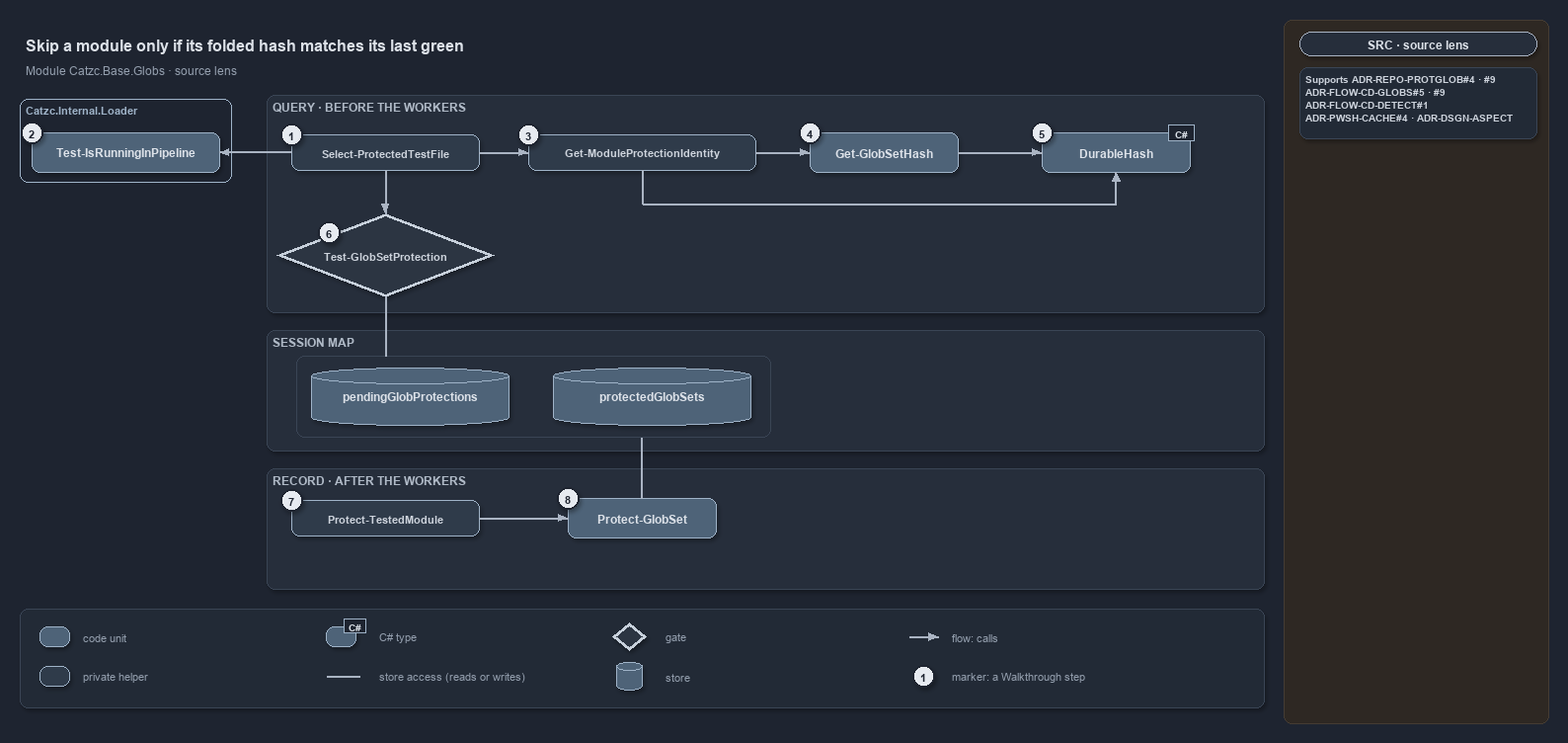
Earlier version of the draw.io export docs/references/pwsh/.assets/protected-module-skip-by-hash/diagram.drawio.png (casperease/catzc). Source tidied: cells renumbered, new cells last; positions are measured from the earlier drawing's top-left corner, leaving out a move shared by most shapes. Source of this version:
```xml
<mxGraphModel background="#1E2430" shadow="1">
  <root>
    <mxCell id="0" />
    <mxCell id="1" parent="0" />
    <mxCell id="2" style="rounded=1;arcSize=2;html=1;fillColor=#2E2823;strokeColor=#453C33;shadow=0;" parent="1" vertex="1">
      <mxGeometry x="1280" width="268" height="712" as="geometry" />
    </mxCell>
    <mxCell id="3" value="Skip a module only if its folded hash matches its last green" style="text;html=1;align=left;verticalAlign=middle;fontSize=16;fontStyle=1;fontColor=#DDE2E9;" parent="1" vertex="1">
      <mxGeometry y="10" width="1260" height="30" as="geometry" />
    </mxCell>
    <mxCell id="4" value="Module Catzc.Base.Globs · source lens" style="text;html=1;align=left;verticalAlign=middle;fontSize=12;fontColor=#949FAE;" parent="1" vertex="1">
      <mxGeometry y="40" width="1260" height="20" as="geometry" />
    </mxCell>
    <mxCell id="5" value="QUERY · BEFORE THE WORKERS" style="rounded=1;html=1;arcSize=3;fillColor=#262E3B;strokeColor=#3A4555;verticalAlign=top;align=left;spacingLeft=8;fontStyle=1;fontSize=12;fontColor=#B0BAC7;" parent="1" vertex="1">
      <mxGeometry x="250" y="76" width="1010" height="220" as="geometry" />
    </mxCell>
    <mxCell id="6" value="SESSION MAP" style="rounded=1;html=1;arcSize=3;fillColor=#262E3B;strokeColor=#3A4555;verticalAlign=top;align=left;spacingLeft=8;fontStyle=1;fontSize=12;fontColor=#B0BAC7;" parent="1" vertex="1">
      <mxGeometry x="250" y="314" width="1010" height="122" as="geometry" />
    </mxCell>
    <mxCell id="7" value="RECORD · AFTER THE WORKERS" style="rounded=1;html=1;arcSize=3;fillColor=#262E3B;strokeColor=#3A4555;verticalAlign=top;align=left;spacingLeft=8;fontStyle=1;fontSize=12;fontColor=#B0BAC7;" parent="1" vertex="1">
      <mxGeometry x="250" y="454" width="1010" height="122" as="geometry" />
    </mxCell>
    <mxCell id="8" value="Catzc.Internal.Loader" style="rounded=1;html=1;arcSize=6;fillColor=none;strokeColor=#9FB3C8;strokeWidth=1.5;verticalAlign=top;align=left;spacingLeft=8;fontStyle=1;fontSize=11;fontColor=#9FB3C8;shadow=0;" parent="1" vertex="1">
      <mxGeometry y="80" width="214" height="84" as="geometry" />
    </mxCell>
    <mxCell id="9" value="&lt;b&gt;Test-IsRunningInPipeline&lt;/b&gt;" style="rounded=1;whiteSpace=wrap;html=1;arcSize=20;fillColor=#4E6378;strokeColor=#9FB3C8;fontColor=#DDE2E9;fontSize=12;" parent="1" vertex="1">
      <mxGeometry x="12" y="114" width="190" height="40" as="geometry" />
    </mxCell>
    <mxCell id="10" value="&lt;b&gt;Select-ProtectedTestFile&lt;/b&gt;" style="rounded=1;whiteSpace=wrap;html=1;arcSize=20;fillColor=#2F3B4A;strokeColor=#9FB3C8;fontColor=#CDD3DC;fontSize=11;" parent="1" vertex="1">
      <mxGeometry x="275" y="116" width="190" height="36" as="geometry" />
    </mxCell>
    <mxCell id="11" value="&lt;b&gt;Get-ModuleProtectionIdentity&lt;/b&gt;" style="rounded=1;whiteSpace=wrap;html=1;arcSize=20;fillColor=#2F3B4A;strokeColor=#9FB3C8;fontColor=#CDD3DC;fontSize=11;" parent="1" vertex="1">
      <mxGeometry x="515" y="116" width="230" height="36" as="geometry" />
    </mxCell>
    <mxCell id="12" value="&lt;b&gt;Get-GlobSetHash&lt;/b&gt;" style="rounded=1;whiteSpace=wrap;html=1;arcSize=20;fillColor=#4E6378;strokeColor=#9FB3C8;fontColor=#DDE2E9;fontSize=12;" parent="1" vertex="1">
      <mxGeometry x="800" y="114" width="150" height="40" as="geometry" />
    </mxCell>
    <mxCell id="13" value="&lt;b&gt;DurableHash&lt;/b&gt;" style="rounded=1;whiteSpace=wrap;html=1;arcSize=20;fillColor=#4E6378;strokeColor=#9FB3C8;fontColor=#DDE2E9;fontSize=12;" parent="1" vertex="1">
      <mxGeometry x="1035" y="114" width="150" height="40" as="geometry" />
    </mxCell>
    <mxCell id="14" value="C#" style="rounded=0;html=1;fillColor=#1E2430;strokeColor=#9FB3C8;fontColor=#DDE2E9;fontStyle=1;fontSize=10.5;shadow=0;" parent="1" vertex="1">
      <mxGeometry x="1163" y="106" width="26" height="16" as="geometry" />
    </mxCell>
    <mxCell id="15" value="&lt;b&gt;Test-GlobSetProtection&lt;/b&gt;" style="rhombus;whiteSpace=wrap;html=1;fillColor=#2C3542;strokeColor=#C7D0DB;strokeWidth=3;fontColor=#CDD3DC;fontSize=11;" parent="1" vertex="1">
      <mxGeometry x="260" y="196" width="220" height="84" as="geometry" />
    </mxCell>
    <mxCell id="16" style="rounded=1;arcSize=6;html=1;fillColor=none;strokeColor=#3A4555;shadow=0;" parent="1" vertex="1">
      <mxGeometry x="280" y="340" width="480" height="82" as="geometry" />
    </mxCell>
    <mxCell id="17" value="&lt;b&gt;pendingGlobProtections&lt;/b&gt;" style="shape=cylinder3;boundedLbl=1;backgroundOutline=1;size=8;whiteSpace=wrap;html=1;fillColor=#4E6378;strokeColor=#9FB3C8;fontColor=#DDE2E9;fontSize=12;" parent="1" vertex="1">
      <mxGeometry x="295" y="352" width="200" height="58" as="geometry" />
    </mxCell>
    <mxCell id="18" value="&lt;b&gt;protectedGlobSets&lt;/b&gt;" style="shape=cylinder3;boundedLbl=1;backgroundOutline=1;size=8;whiteSpace=wrap;html=1;fillColor=#4E6378;strokeColor=#9FB3C8;fontColor=#DDE2E9;fontSize=12;" parent="1" vertex="1">
      <mxGeometry x="540" y="352" width="200" height="58" as="geometry" />
    </mxCell>
    <mxCell id="19" value="&lt;b&gt;Protect-TestedModule&lt;/b&gt;" style="rounded=1;whiteSpace=wrap;html=1;arcSize=20;fillColor=#2F3B4A;strokeColor=#9FB3C8;fontColor=#CDD3DC;fontSize=11;" parent="1" vertex="1">
      <mxGeometry x="275" y="486" width="190" height="36" as="geometry" />
    </mxCell>
    <mxCell id="20" value="&lt;b&gt;Protect-GlobSet&lt;/b&gt;" style="rounded=1;whiteSpace=wrap;html=1;arcSize=20;fillColor=#4E6378;strokeColor=#9FB3C8;fontColor=#DDE2E9;fontSize=12;" parent="1" vertex="1">
      <mxGeometry x="555" y="484" width="150" height="40" as="geometry" />
    </mxCell>
    <mxCell id="21" style="text;html=1;strokeColor=none;fillColor=none;" parent="1" vertex="1">
      <mxGeometry x="630" y="186" width="1" height="1" as="geometry" />
    </mxCell>
    <mxCell id="22" style="text;html=1;strokeColor=none;fillColor=none;" parent="1" vertex="1">
      <mxGeometry x="1110" y="186" width="1" height="1" as="geometry" />
    </mxCell>
    <mxCell id="23" style="text;html=1;strokeColor=none;fillColor=none;" parent="1" vertex="1">
      <mxGeometry x="370" y="340" width="1" height="1" as="geometry" />
    </mxCell>
    <mxCell id="24" style="text;html=1;strokeColor=none;fillColor=none;" parent="1" vertex="1">
      <mxGeometry x="630" y="422" width="1" height="1" as="geometry" />
    </mxCell>
    <mxCell id="25" style="edgeStyle=orthogonalEdgeStyle;rounded=1;html=1;fontSize=10;fontColor=#CDD3DC;endArrow=block;strokeColor=#AAB4C3;shadow=0;" parent="1" edge="1" source="10" target="11">
      <mxGeometry relative="1" as="geometry" />
    </mxCell>
    <mxCell id="26" style="edgeStyle=orthogonalEdgeStyle;rounded=1;html=1;fontSize=10;fontColor=#CDD3DC;endArrow=block;strokeColor=#AAB4C3;shadow=0;" parent="1" edge="1" source="11" target="12">
      <mxGeometry relative="1" as="geometry" />
    </mxCell>
    <mxCell id="27" style="edgeStyle=orthogonalEdgeStyle;rounded=1;html=1;fontSize=10;fontColor=#CDD3DC;endArrow=block;strokeColor=#AAB4C3;shadow=0;" parent="1" edge="1" source="12" target="13">
      <mxGeometry relative="1" as="geometry" />
    </mxCell>
    <mxCell id="28" style="edgeStyle=orthogonalEdgeStyle;rounded=1;html=1;endArrow=none;strokeColor=#AAB4C3;shadow=0;" parent="1" edge="1" source="11" target="21">
      <mxGeometry relative="1" as="geometry" />
    </mxCell>
    <mxCell id="29" style="edgeStyle=orthogonalEdgeStyle;rounded=1;html=1;endArrow=none;strokeColor=#AAB4C3;shadow=0;" parent="1" edge="1" source="21" target="22">
      <mxGeometry relative="1" as="geometry" />
    </mxCell>
    <mxCell id="30" style="edgeStyle=orthogonalEdgeStyle;rounded=1;html=1;fontSize=10;fontColor=#CDD3DC;endArrow=block;strokeColor=#AAB4C3;shadow=0;" parent="1" edge="1" source="22" target="13">
      <mxGeometry relative="1" as="geometry" />
    </mxCell>
    <mxCell id="31" style="edgeStyle=orthogonalEdgeStyle;rounded=1;html=1;fontSize=10;fontColor=#CDD3DC;endArrow=block;strokeColor=#AAB4C3;shadow=0;" parent="1" edge="1" source="10" target="15">
      <mxGeometry relative="1" as="geometry" />
    </mxCell>
    <mxCell id="32" style="edgeStyle=orthogonalEdgeStyle;rounded=1;html=1;fontSize=10;fontColor=#CDD3DC;endArrow=none;strokeColor=#AAB4C3;shadow=0;" parent="1" edge="1" source="15" target="23">
      <mxGeometry relative="1" as="geometry" />
    </mxCell>
    <mxCell id="33" style="edgeStyle=orthogonalEdgeStyle;rounded=1;html=1;fontSize=10;fontColor=#CDD3DC;endArrow=block;strokeColor=#AAB4C3;shadow=0;" parent="1" edge="1" source="19" target="20">
      <mxGeometry relative="1" as="geometry" />
    </mxCell>
    <mxCell id="34" style="edgeStyle=orthogonalEdgeStyle;rounded=1;html=1;fontSize=10;fontColor=#CDD3DC;endArrow=none;strokeColor=#AAB4C3;shadow=0;" parent="1" edge="1" source="20" target="24">
      <mxGeometry relative="1" as="geometry" />
    </mxCell>
    <mxCell id="35" style="edgeStyle=orthogonalEdgeStyle;rounded=1;html=1;fontSize=10;fontColor=#CDD3DC;endArrow=block;strokeColor=#AAB4C3;shadow=0;" parent="1" edge="1" source="10" target="9">
      <mxGeometry relative="1" as="geometry" />
    </mxCell>
    <mxCell id="36" value="1" style="ellipse;html=1;fillColor=#E6EAF0;strokeColor=#1E2430;strokeWidth=2;fontColor=#1E2430;fontStyle=1;fontSize=11;" parent="1" vertex="1">
      <mxGeometry x="264" y="105" width="22" height="22" as="geometry" />
    </mxCell>
    <mxCell id="37" value="2" style="ellipse;html=1;fillColor=#E6EAF0;strokeColor=#1E2430;strokeWidth=2;fontColor=#1E2430;fontStyle=1;fontSize=11;" parent="1" vertex="1">
      <mxGeometry x="1" y="103" width="22" height="22" as="geometry" />
    </mxCell>
    <mxCell id="38" value="3" style="ellipse;html=1;fillColor=#E6EAF0;strokeColor=#1E2430;strokeWidth=2;fontColor=#1E2430;fontStyle=1;fontSize=11;" parent="1" vertex="1">
      <mxGeometry x="504" y="105" width="22" height="22" as="geometry" />
    </mxCell>
    <mxCell id="39" value="4" style="ellipse;html=1;fillColor=#E6EAF0;strokeColor=#1E2430;strokeWidth=2;fontColor=#1E2430;fontStyle=1;fontSize=11;" parent="1" vertex="1">
      <mxGeometry x="789" y="103" width="22" height="22" as="geometry" />
    </mxCell>
    <mxCell id="40" value="5" style="ellipse;html=1;fillColor=#E6EAF0;strokeColor=#1E2430;strokeWidth=2;fontColor=#1E2430;fontStyle=1;fontSize=11;" parent="1" vertex="1">
      <mxGeometry x="1024" y="103" width="22" height="22" as="geometry" />
    </mxCell>
    <mxCell id="41" value="6" style="ellipse;html=1;fillColor=#E6EAF0;strokeColor=#1E2430;strokeWidth=2;fontColor=#1E2430;fontStyle=1;fontSize=11;" parent="1" vertex="1">
      <mxGeometry x="302" y="204" width="22" height="22" as="geometry" />
    </mxCell>
    <mxCell id="42" value="7" style="ellipse;html=1;fillColor=#E6EAF0;strokeColor=#1E2430;strokeWidth=2;fontColor=#1E2430;fontStyle=1;fontSize=11;" parent="1" vertex="1">
      <mxGeometry x="264" y="475" width="22" height="22" as="geometry" />
    </mxCell>
    <mxCell id="43" value="8" style="ellipse;html=1;fillColor=#E6EAF0;strokeColor=#1E2430;strokeWidth=2;fontColor=#1E2430;fontStyle=1;fontSize=11;" parent="1" vertex="1">
      <mxGeometry x="544" y="473" width="22" height="22" as="geometry" />
    </mxCell>
    <mxCell id="44" style="rounded=1;arcSize=6;html=1;fillColor=#222A36;strokeColor=#3A4555;" parent="1" vertex="1">
      <mxGeometry y="596" width="1260" height="100" as="geometry" />
    </mxCell>
    <mxCell id="45" style="rounded=1;whiteSpace=wrap;html=1;arcSize=20;fillColor=#4E6378;strokeColor=#9FB3C8;" parent="1" vertex="1">
      <mxGeometry x="20" y="614" width="30" height="20" as="geometry" />
    </mxCell>
    <mxCell id="46" value="code unit" style="text;html=1;align=left;verticalAlign=middle;fontSize=11;fontColor=#949FAE;" parent="1" vertex="1">
      <mxGeometry x="58" y="614" width="200" height="20" as="geometry" />
    </mxCell>
    <mxCell id="47" style="rounded=1;whiteSpace=wrap;html=1;arcSize=20;fillColor=#2F3B4A;strokeColor=#9FB3C8;" parent="1" vertex="1">
      <mxGeometry x="20" y="654" width="30" height="20" as="geometry" />
    </mxCell>
    <mxCell id="48" value="private helper" style="text;html=1;align=left;verticalAlign=middle;fontSize=11;fontColor=#949FAE;" parent="1" vertex="1">
      <mxGeometry x="58" y="654" width="200" height="20" as="geometry" />
    </mxCell>
    <mxCell id="49" style="rounded=1;whiteSpace=wrap;html=1;arcSize=20;fillColor=#4E6378;strokeColor=#9FB3C8;" parent="1" vertex="1">
      <mxGeometry x="310" y="614" width="30" height="20" as="geometry" />
    </mxCell>
    <mxCell id="50" value="C#" style="rounded=0;html=1;fillColor=#1E2430;strokeColor=#9FB3C8;fontColor=#DDE2E9;fontStyle=1;fontSize=10.5;shadow=0;" parent="1" vertex="1">
      <mxGeometry x="328" y="606" width="22" height="14" as="geometry" />
    </mxCell>
    <mxCell id="51" value="C# type" style="text;html=1;align=left;verticalAlign=middle;fontSize=11;fontColor=#949FAE;" parent="1" vertex="1">
      <mxGeometry x="358" y="614" width="200" height="20" as="geometry" />
    </mxCell>
    <mxCell id="52" style="text;html=1;strokeColor=none;fillColor=none;" parent="1" vertex="1">
      <mxGeometry x="310" y="664" width="1" height="1" as="geometry" />
    </mxCell>
    <mxCell id="53" style="text;html=1;strokeColor=none;fillColor=none;" parent="1" vertex="1">
      <mxGeometry x="344" y="664" width="1" height="1" as="geometry" />
    </mxCell>
    <mxCell id="54" style="edgeStyle=orthogonalEdgeStyle;rounded=1;html=1;endArrow=none;strokeColor=#AAB4C3;shadow=0;" parent="1" edge="1" source="52" target="53">
      <mxGeometry relative="1" as="geometry" />
    </mxCell>
    <mxCell id="55" value="store access (reads or writes)" style="text;html=1;align=left;verticalAlign=middle;fontSize=11;fontColor=#949FAE;" parent="1" vertex="1">
      <mxGeometry x="358" y="654" width="200" height="20" as="geometry" />
    </mxCell>
    <mxCell id="56" style="rhombus;whiteSpace=wrap;html=1;fillColor=#2C3542;strokeColor=#C7D0DB;strokeWidth=3;" parent="1" vertex="1">
      <mxGeometry x="600" y="610" width="34" height="28" as="geometry" />
    </mxCell>
    <mxCell id="57" value="gate" style="text;html=1;align=left;verticalAlign=middle;fontSize=11;fontColor=#949FAE;" parent="1" vertex="1">
      <mxGeometry x="648" y="614" width="200" height="20" as="geometry" />
    </mxCell>
    <mxCell id="58" style="shape=cylinder3;boundedLbl=1;backgroundOutline=1;size=5;whiteSpace=wrap;html=1;fillColor=#4E6378;strokeColor=#9FB3C8;" parent="1" vertex="1">
      <mxGeometry x="604" y="650" width="26" height="28" as="geometry" />
    </mxCell>
    <mxCell id="59" value="store" style="text;html=1;align=left;verticalAlign=middle;fontSize=11;fontColor=#949FAE;" parent="1" vertex="1">
      <mxGeometry x="648" y="654" width="200" height="20" as="geometry" />
    </mxCell>
    <mxCell id="60" style="text;html=1;strokeColor=none;fillColor=none;" parent="1" vertex="1">
      <mxGeometry x="900" y="624" width="1" height="1" as="geometry" />
    </mxCell>
    <mxCell id="61" style="text;html=1;strokeColor=none;fillColor=none;" parent="1" vertex="1">
      <mxGeometry x="930" y="624" width="1" height="1" as="geometry" />
    </mxCell>
    <mxCell id="62" style="edgeStyle=orthogonalEdgeStyle;rounded=1;html=1;endArrow=block;strokeColor=#AAB4C3;shadow=0;" parent="1" edge="1" source="60" target="61">
      <mxGeometry relative="1" as="geometry" />
    </mxCell>
    <mxCell id="63" value="flow: calls" style="text;html=1;align=left;verticalAlign=middle;fontSize=11;fontColor=#949FAE;" parent="1" vertex="1">
      <mxGeometry x="938" y="614" width="300" height="20" as="geometry" />
    </mxCell>
    <mxCell id="64" value="1" style="ellipse;html=1;fillColor=#E6EAF0;strokeColor=#1E2430;strokeWidth=2;fontColor=#1E2430;fontStyle=1;fontSize=11;" parent="1" vertex="1">
      <mxGeometry x="904" y="653" width="22" height="22" as="geometry" />
    </mxCell>
    <mxCell id="65" value="marker: a Walkthrough step" style="text;html=1;align=left;verticalAlign=middle;fontSize=11;fontColor=#949FAE;" parent="1" vertex="1">
      <mxGeometry x="938" y="654" width="220" height="20" as="geometry" />
    </mxCell>
    <mxCell id="66" value="SRC · source lens" style="rounded=1;arcSize=50;whiteSpace=wrap;html=1;fillColor=#262E3B;strokeColor=#AAB4C3;fontColor=#DDE2E9;fontStyle=1;fontSize=12;" parent="1" vertex="1">
      <mxGeometry x="1296" y="12" width="240" height="24" as="geometry" />
    </mxCell>
    <mxCell id="67" value="&lt;b&gt;Supports&lt;/b&gt; ADR-REPO-PROTGLOB#4 · #9&lt;br&gt;ADR-FLOW-CD-GLOBS#5 · #9&lt;br&gt;ADR-FLOW-CD-DETECT#1&lt;br&gt;ADR-PWSH-CACHE#4 · ADR-DSGN-ASPECT" style="rounded=1;arcSize=6;whiteSpace=wrap;html=1;align=left;verticalAlign=top;spacingLeft=6;fontSize=10.5;fontColor=#CDD3DC;fillColor=#222A36;strokeColor=#3A4555;" parent="1" vertex="1">
      <mxGeometry x="1296" y="48" width="240" height="72" as="geometry" />
    </mxCell>
  </root>
</mxGraphModel>
```
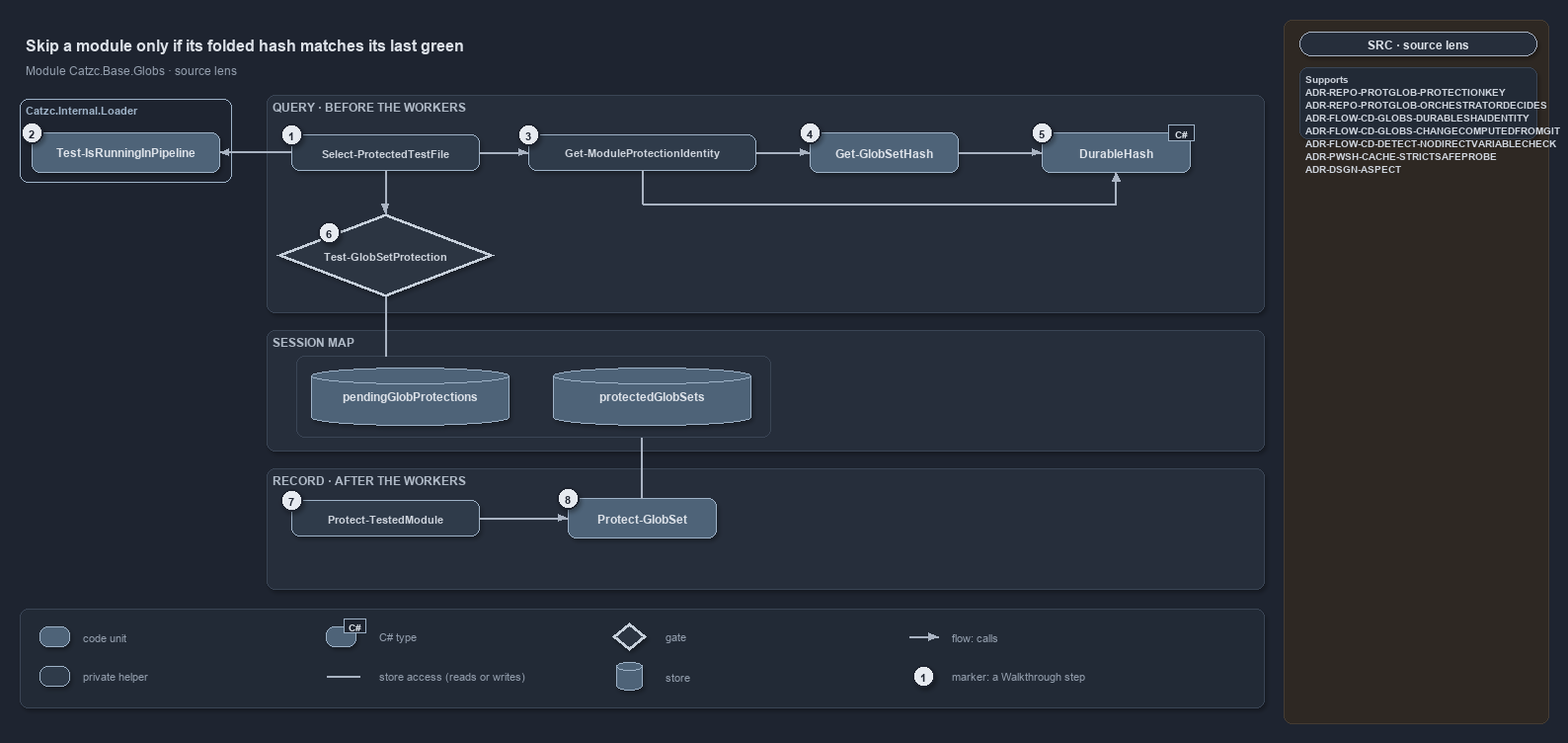
Later version of the same file.

What changed in the source:
```diff
@@ -197,7 +197,7 @@
     <mxCell id="66" value="SRC · source lens" style="rounded=1;arcSize=50;whiteSpace=wrap;html=1;fillColor=#262E3B;strokeColor=#AAB4C3;fontColor=#DDE2E9;fontStyle=1;fontSize=12;" parent="1" vertex="1">
       <mxGeometry x="1296" y="12" width="240" height="24" as="geometry" />
     </mxCell>
-    <mxCell id="67" value="&lt;b&gt;Supports&lt;/b&gt; ADR-REPO-PROTGLOB#4 · #9&lt;br&gt;ADR-FLOW-CD-GLOBS#5 · #9&lt;br&gt;ADR-FLOW-CD-DETECT#1&lt;br&gt;ADR-PWSH-CACHE#4 · ADR-DSGN-ASPECT" style="rounded=1;arcSize=6;whiteSpace=wrap;html=1;align=left;verticalAlign=top;spacingLeft=6;fontSize=10.5;fontColor=#CDD3DC;fillColor=#222A36;strokeColor=#3A4555;" parent="1" vertex="1">
+    <mxCell id="67" value="&lt;b&gt;Supports&lt;/b&gt;&lt;br&gt;ADR-REPO-PROTGLOB-PROTECTIONKEY&lt;br&gt;ADR-REPO-PROTGLOB-ORCHESTRATORDECIDES&lt;br&gt;ADR-FLOW-CD-GLOBS-DURABLESHAIDENTITY&lt;br&gt;ADR-FLOW-CD-GLOBS-CHANGECOMPUTEDFROMGIT&lt;br&gt;ADR-FLOW-CD-DETECT-NODIRECTVARIABLECHECK&lt;br&gt;ADR-PWSH-CACHE-STRICTSAFEPROBE&lt;br&gt;ADR-DSGN-ASPECT" style="rounded=1;arcSize=6;whiteSpace=wrap;html=1;align=left;verticalAlign=top;spacingLeft=6;fontSize=10.5;fontColor=#CDD3DC;fillColor=#222A36;strokeColor=#3A4555;" parent="1" vertex="1">
       <mxGeometry x="1296" y="48" width="240" height="72" as="geometry" />
     </mxCell>
   </root>
```
